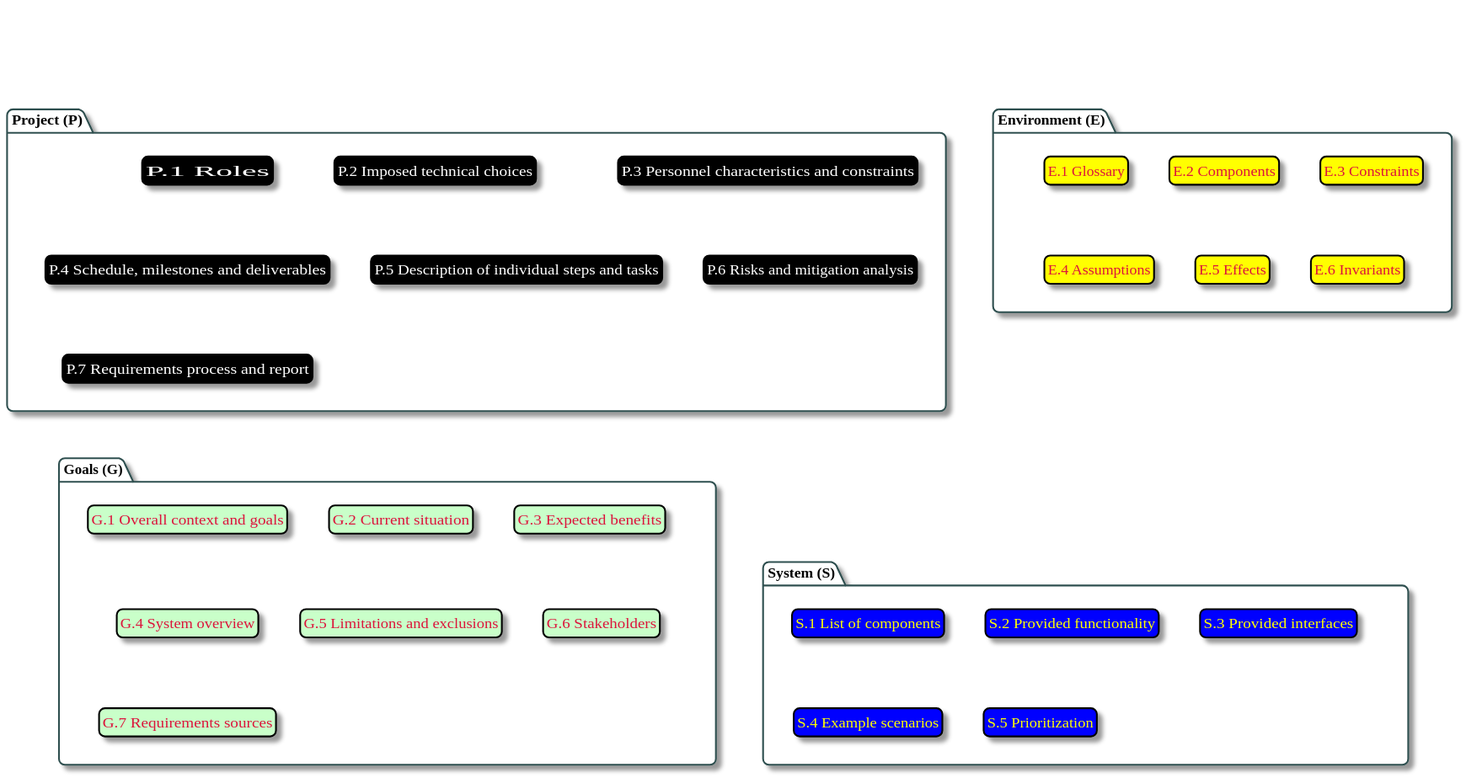
FormalRequirements/requirements-handbook-companion keeps this PlantUML diagram as images/classification.svg. Above is the earlier version.
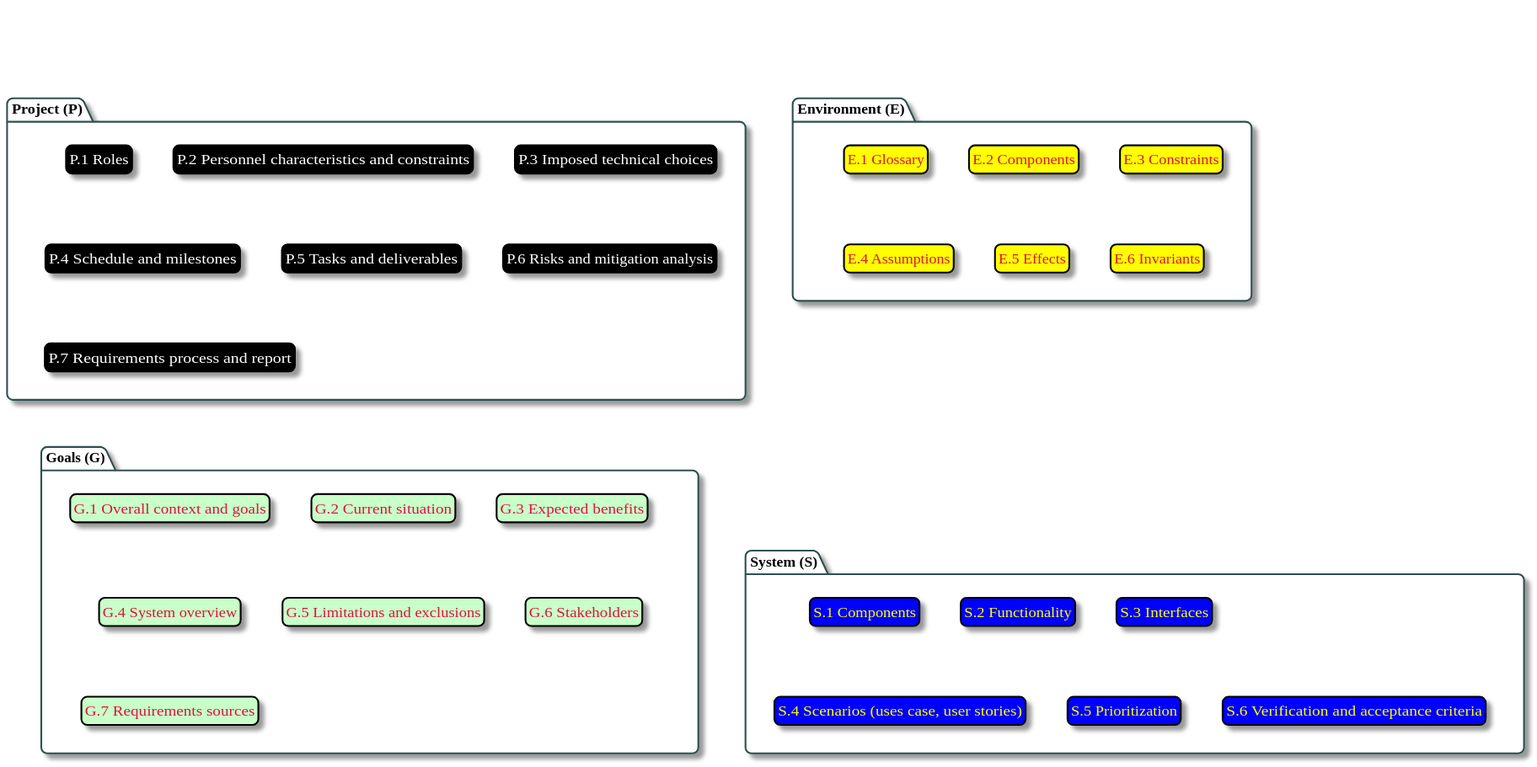
Above is the later version.

What changed in the source:
```diff
@@ -4,10 +4,10 @@
 
 package P as "Project (P)" {
     class p1 as "P.1 Roles" <<Project>>
-    class p2 as "P.2 Imposed technical choices" <<Project>>
-    class p3 as "P.3 Personnel characteristics and constraints" <<Project>>
-    class p4 as "P.4 Schedule, milestones and deliverables" <<Project>>
-    class p5 as "P.5 Description of individual steps and tasks" <<Project>>
+    class p2 as "P.2 Personnel characteristics and constraints" <<Project>>
+    class p3 as "P.3 Imposed technical choices" <<Project>>
+    class p4 as "P.4 Schedule and milestones" <<Project>>
+    class p5 as "P.5 Tasks and deliverables" <<Project>>
     class p6 as "P.6 Risks and mitigation analysis" <<Project>>
     class p7 as "P.7 Requirements process and report" <<Project>>
 }
@@ -32,11 +32,12 @@
 }
 
 package S as "System (S)" {
-    class s1 as "S.1 List of components" <<System>>
-    class s2 as "S.2 Provided functionality" <<System>>
-    class s3 as "S.3 Provided interfaces" <<System>>
-    class s4 as "S.4 Example scenarios" <<System>>
+    class s1 as "S.1 Components" <<System>>
+    class s2 as "S.2 Functionality" <<System>>
+    class s3 as "S.3 Interfaces" <<System>>
+    class s4 as "S.4 Scenarios (uses case, user stories)" <<System>>
     class s5 as "S.5 Prioritization" <<System>>
+    class s6 as "S.6 Verification and acceptance criteria" <<System>>
 }
 
 P -[hidden]> E
```
